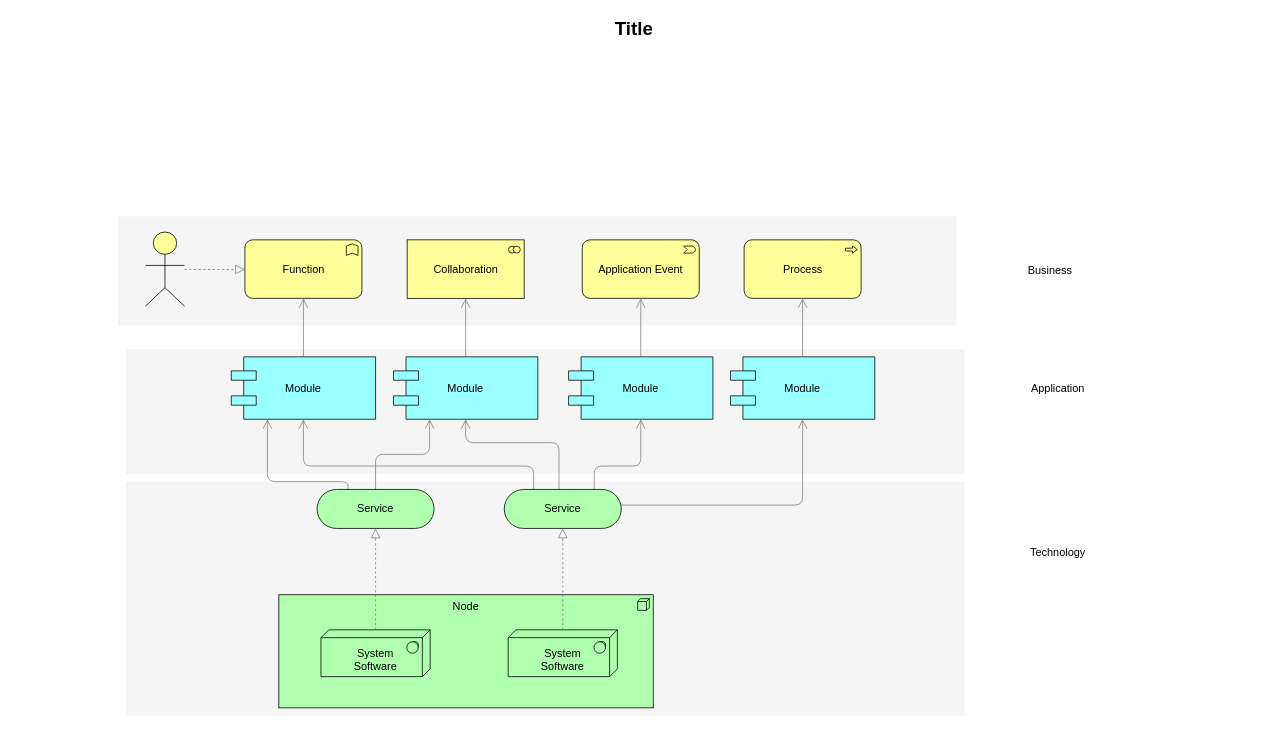
The draw.io diagram Untitled Diagram.drawio in Mangesh1206/ArchitectureDiagram, before the edit. Source tidied: cells renumbered, new cells numbered last; positions are measured from the earlier drawing's top-left corner, leaving out a move shared by most shapes. Both pictures are drawn from the tidied source at 78%, with x=0, y=0 at pixel (13, 13).
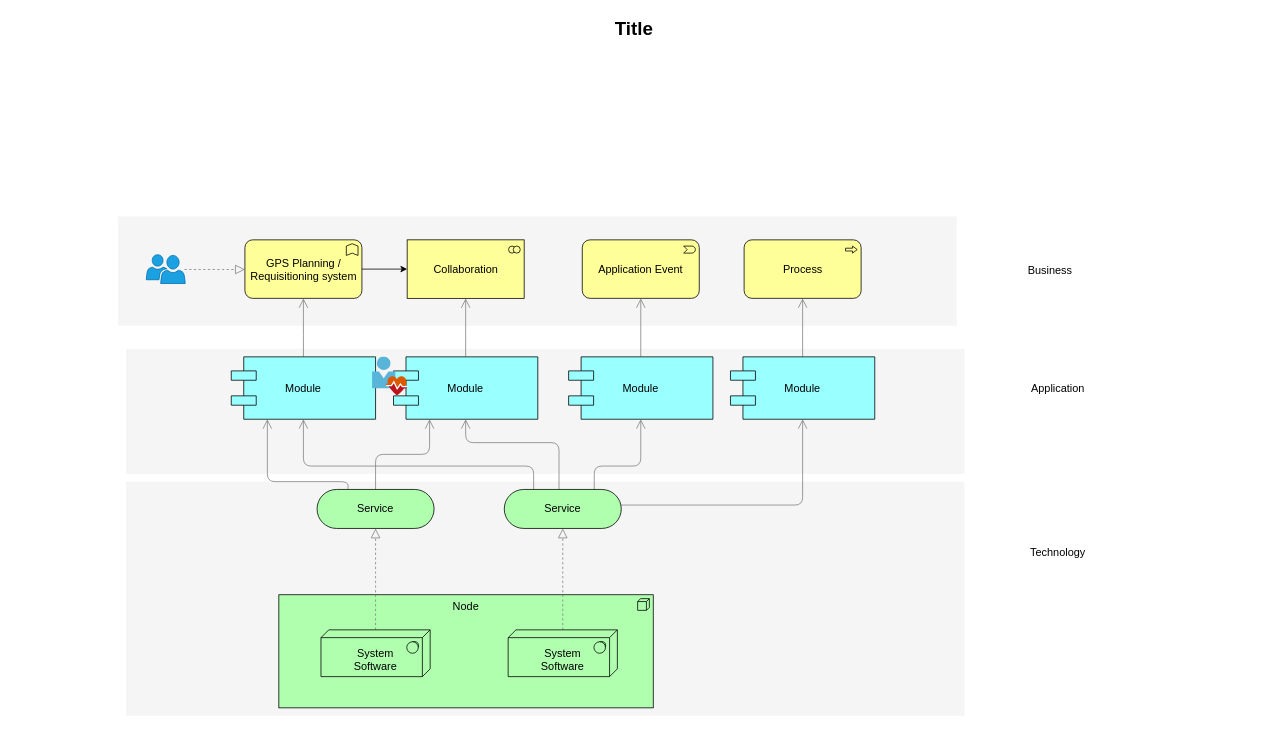
After the change.

The change refers to these unchanged cells:
```xml
<mxCell id="27" value="Collaboration" style="html=1;whiteSpace=wrap;fillColor=#ffff99;shape=mxgraph.archimate3.application;appType=collab;archiType=square;fontSize=14;" parent="1" vertex="1">
  <mxGeometry x="504.5" y="290" width="150" height="75" as="geometry" />
</mxCell>
```

Diff of the diagram source:
```diff
@@
+    <mxCell id="36" style="edgeStyle=orthogonalEdgeStyle;rounded=0;jettySize=auto;html=1;entryX=0;entryY=0.5;entryDx=0;entryDy=0;entryPerimeter=0;" parent="1" edge="1" source="26" target="27">
+      <mxGeometry relative="1" as="geometry" />
+    </mxCell>
-    <mxCell id="26" value="Function" style="html=1;whiteSpace=wrap;fillColor=#ffff99;shape=mxgraph.archimate3.application;appType=func;archiType=rounded;fontSize=14;" parent="1" vertex="1">
+    <mxCell id="26" value="GPS Planning / Requisitioning system" style="html=1;whiteSpace=wrap;fillColor=#ffff99;shape=mxgraph.archimate3.application;appType=func;archiType=rounded;fontSize=14;" parent="1" vertex="1">
       <mxGeometry x="296.5" y="290" width="150" height="75" as="geometry" />
     </mxCell>
@@
-    <mxCell id="33" style="edgeStyle=elbowEdgeStyle;rounded=1;elbow=vertical;html=1;dashed=1;startSize=10;endArrow=block;endFill=0;endSize=10;jettySize=auto;strokeColor=#808080;fontSize=14;" parent="1" edge="1" source="34" target="26">
-      <mxGeometry relative="1" as="geometry" />
+    <mxCell id="33" style="edgeStyle=elbowEdgeStyle;rounded=1;elbow=vertical;html=1;dashed=1;startSize=10;endArrow=block;endFill=0;endSize=10;jettySize=auto;strokeColor=#808080;fontSize=14;" parent="1" edge="1" target="26">
+      <mxGeometry relative="1" as="geometry">
+        <mxPoint x="219" y="328" as="sourcePoint" />
+      </mxGeometry>
     </mxCell>
-    <mxCell id="34" style="html=1;whiteSpace=wrap;fillColor=#ffff99;shape=mxgraph.archimate3.actor;fontSize=14;" parent="1" vertex="1">
-      <mxGeometry x="169" y="280" width="50" height="95" as="geometry" />
-    </mxCell>
@@
+    <mxCell id="37" style="sketch=0;html=1;align=center;image;fontSize=12;image=img/lib/mscae/User_Health_Icon.svg;" parent="1" vertex="1">
+      <mxGeometry x="460" y="440" width="46" height="50" as="geometry" />
+    </mxCell>
+    <mxCell id="38" style="sketch=0;shadow=0;dashed=0;html=1;strokeColor=#006EAF;labelPosition=center;verticalLabelPosition=bottom;verticalAlign=top;align=center;fillColor=#1ba1e2;shape=mxgraph.mscae.intune.user_group;fontColor=#ffffff;" parent="1" vertex="1">
+      <mxGeometry x="170" y="309" width="50" height="37" as="geometry" />
+    </mxCell>
```
